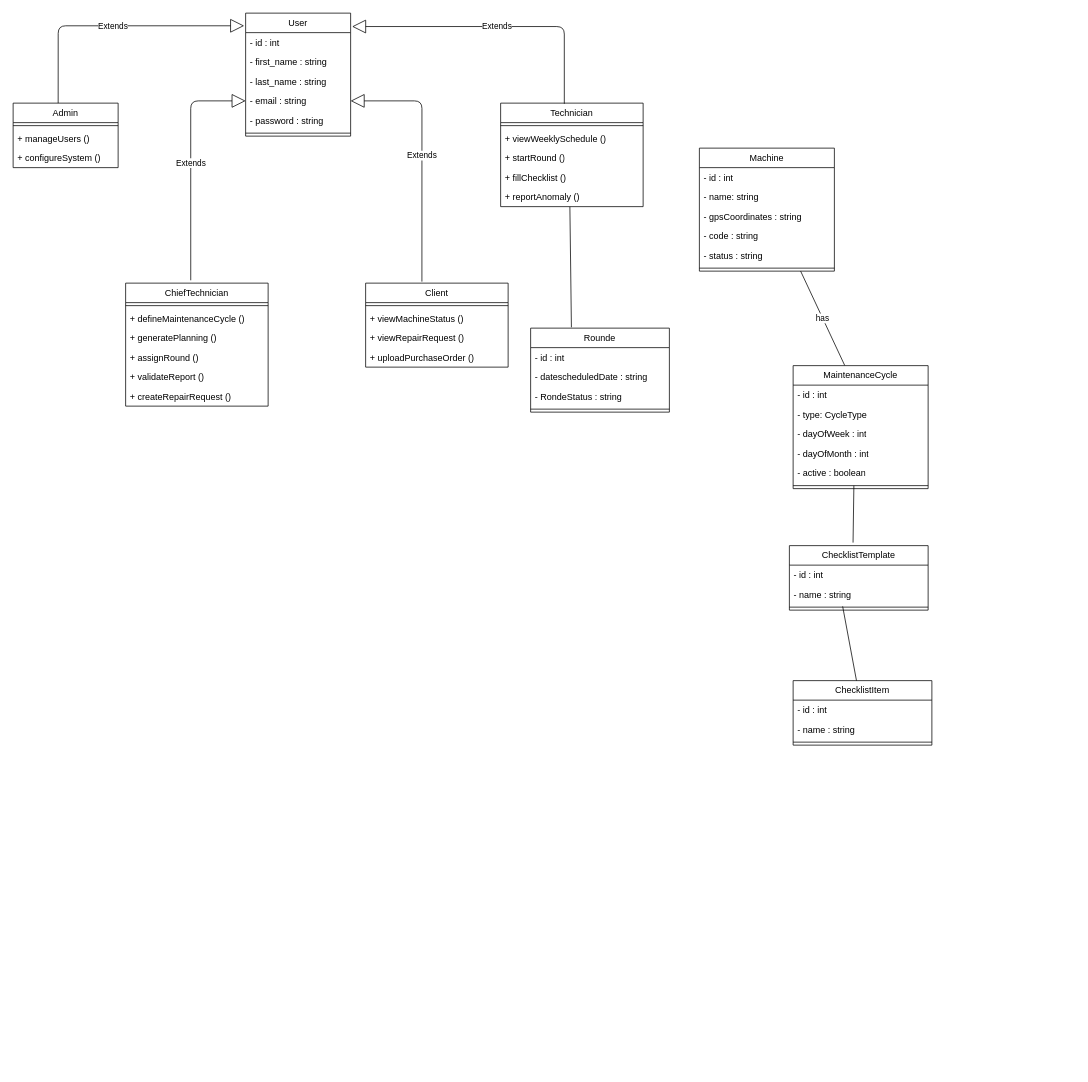
Above: UML/diagrameduclass.drawio in reda-guemry/MAINTORA (draw.io), before the change. Source tidied: cells renumbered, new cells numbered last; positions are measured from the earlier drawing's top-left corner, leaving out a move shared by most shapes. Both pictures are drawn from the tidied source at 75%, with x=0, y=0 at pixel (13, 13).
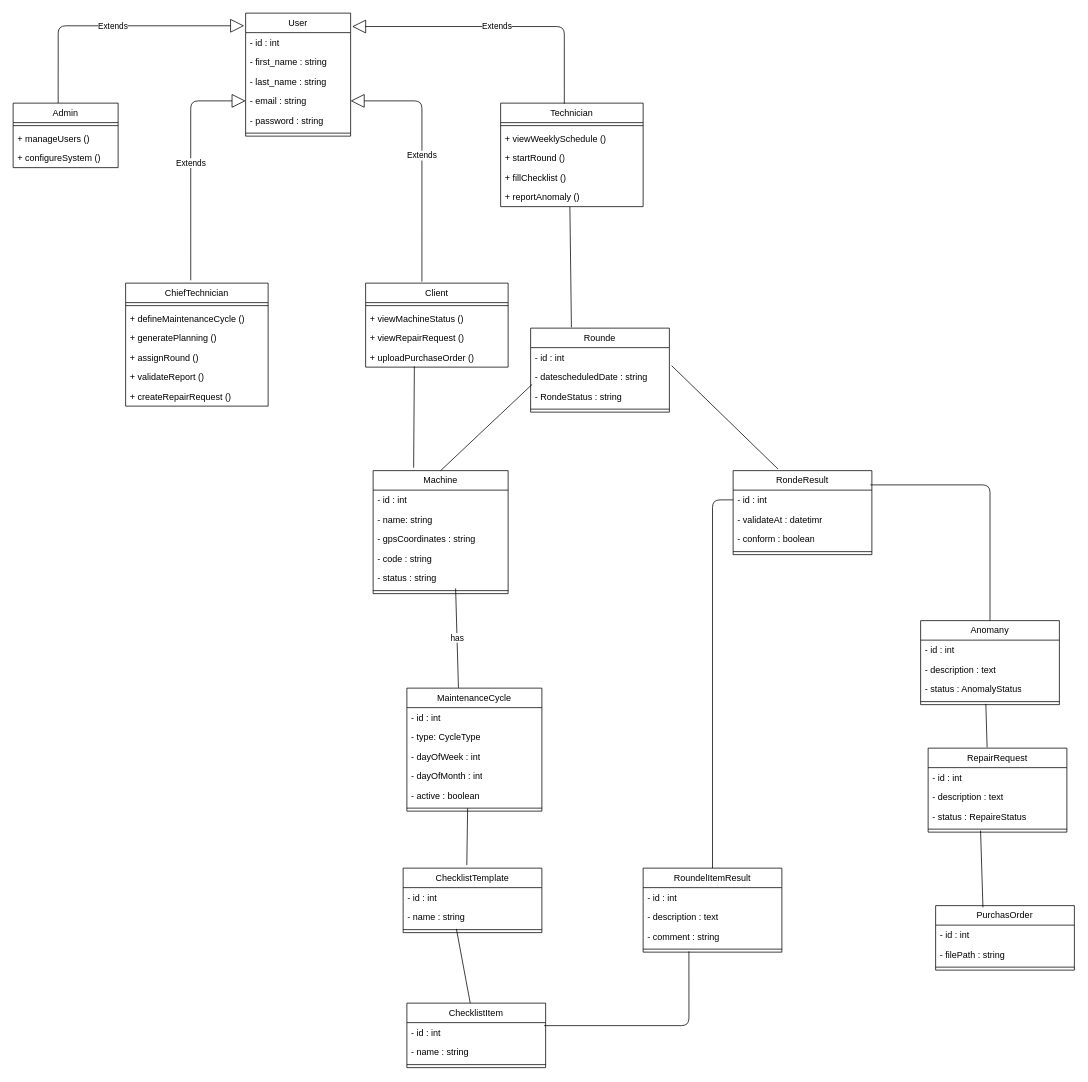
The same diagram, later.

Commit message:
add the classes of mainteunance

Unchanged cells that the change refers to:
```xml
<mxCell id="33" value="+&amp;nbsp;uploadPurchaseOrder ()" style="text;strokeColor=none;fillColor=none;align=left;verticalAlign=top;spacingLeft=4;spacingRight=4;overflow=hidden;points=[[0,0.5],[1,0.5]];portConstraint=eastwest;whiteSpace=wrap;html=1;" parent="29" vertex="1">
  <mxGeometry y="86" width="190" height="26" as="geometry" />
</mxCell>
<mxCell id="41" style="line;strokeWidth=1;fillColor=none;align=left;verticalAlign=middle;spacingTop=-1;spacingLeft=3;spacingRight=3;labelPosition=right;points=[];portConstraint=eastwest;strokeColor=inherit;" parent="35" vertex="1">
  <mxGeometry y="156" width="180" height="8" as="geometry" />
</mxCell>
<mxCell id="44" value="- datescheduledDate : string" style="text;strokeColor=none;fillColor=none;align=left;verticalAlign=top;spacingLeft=4;spacingRight=4;overflow=hidden;points=[[0,0.5],[1,0.5]];portConstraint=eastwest;whiteSpace=wrap;html=1;" parent="42" vertex="1">
  <mxGeometry y="52" width="185" height="26" as="geometry" />
</mxCell>
<mxCell id="62" value="- id : int&amp;nbsp;" style="text;strokeColor=none;fillColor=none;align=left;verticalAlign=top;spacingLeft=4;spacingRight=4;overflow=hidden;points=[[0,0.5],[1,0.5]];portConstraint=eastwest;whiteSpace=wrap;html=1;" parent="61" vertex="1">
  <mxGeometry y="26" width="185" height="26" as="geometry" />
</mxCell>
```

The edit, as a diff of the source:
```diff
@@
     <mxCell id="35" value="Machine" style="swimlane;fontStyle=0;horizontal=1;startSize=26;fillColor=none;whiteSpace=wrap;html=1;" parent="1" vertex="1">
-      <mxGeometry x="915" y="180" width="180" height="164" as="geometry" />
+      <mxGeometry x="480" y="610" width="180" height="164" as="geometry" />
     </mxCell>
@@
     <mxCell id="48" value="MaintenanceCycle" style="swimlane;fontStyle=0;horizontal=1;startSize=26;fillColor=none;whiteSpace=wrap;html=1;" parent="1" vertex="1">
-      <mxGeometry x="1040" y="470" width="180" height="164" as="geometry" />
+      <mxGeometry x="525" y="900" width="180" height="164" as="geometry" />
     </mxCell>
@@
-    <mxCell id="55" value="has" style="endArrow=none;endSize=16;endFill=0;html=1;entryX=0.382;entryY=-0.002;entryDx=0;entryDy=0;entryPerimeter=0;exitX=0.75;exitY=1;exitDx=0;exitDy=0;" parent="1" edge="1" source="35" target="48">
+    <mxCell id="55" value="has" style="endArrow=none;endSize=16;endFill=0;html=1;entryX=0.382;entryY=-0.002;entryDx=0;entryDy=0;entryPerimeter=0;exitX=0.611;exitY=0.125;exitDx=0;exitDy=0;exitPerimeter=0;" parent="1" edge="1" source="41" target="48">
       <mxGeometry relative="1" as="geometry" />
     </mxCell>
     <mxCell id="56" value="&lt;div&gt;ChecklistTemplate&lt;/div&gt;" style="swimlane;fontStyle=0;horizontal=1;startSize=26;fillColor=none;whiteSpace=wrap;html=1;" parent="1" vertex="1">
-      <mxGeometry x="1035" y="710" width="185" height="86" as="geometry" />
+      <mxGeometry x="520" y="1140" width="185" height="86" as="geometry" />
     </mxCell>
@@
     <mxCell id="61" value="&lt;div&gt;ChecklistItem&lt;/div&gt;" style="swimlane;fontStyle=0;horizontal=1;startSize=26;fillColor=none;whiteSpace=wrap;html=1;" parent="1" vertex="1">
-      <mxGeometry x="1040" y="890" width="185" height="86" as="geometry" />
+      <mxGeometry x="525" y="1320" width="185" height="86" as="geometry" />
     </mxCell>
@@
+    <mxCell id="66" style="endArrow=none;html=1;exitX=0.011;exitY=0.885;exitDx=0;exitDy=0;exitPerimeter=0;entryX=0.5;entryY=0;entryDx=0;entryDy=0;" parent="1" edge="1" source="44" target="35">
+      <mxGeometry relative="1" as="geometry" />
+    </mxCell>
+    <mxCell id="67" value="RondeResult" style="swimlane;fontStyle=0;horizontal=1;startSize=26;fillColor=none;whiteSpace=wrap;html=1;" parent="1" vertex="1">
+      <mxGeometry x="960" y="610" width="185" height="112" as="geometry" />
+    </mxCell>
+    <mxCell id="68" value="- id : int&amp;nbsp;" style="text;strokeColor=none;fillColor=none;align=left;verticalAlign=top;spacingLeft=4;spacingRight=4;overflow=hidden;points=[[0,0.5],[1,0.5]];portConstraint=eastwest;whiteSpace=wrap;html=1;" parent="67" vertex="1">
+      <mxGeometry y="26" width="185" height="26" as="geometry" />
+    </mxCell>
+    <mxCell id="69" value="- validateAt : datetimr" style="text;strokeColor=none;fillColor=none;align=left;verticalAlign=top;spacingLeft=4;spacingRight=4;overflow=hidden;whiteSpace=wrap;html=1;" parent="67" vertex="1">
+      <mxGeometry y="52" width="185" height="26" as="geometry" />
+    </mxCell>
+    <mxCell id="70" value="- conform : boolean" style="text;strokeColor=none;fillColor=none;align=left;verticalAlign=top;spacingLeft=4;spacingRight=4;overflow=hidden;whiteSpace=wrap;html=1;" parent="67" vertex="1">
+      <mxGeometry y="78" width="185" height="26" as="geometry" />
+    </mxCell>
+    <mxCell id="71" style="line;strokeWidth=1;fillColor=none;align=left;verticalAlign=middle;spacingTop=-1;spacingLeft=3;spacingRight=3;labelPosition=right;strokeColor=inherit;" parent="67" vertex="1">
+      <mxGeometry y="104" width="185" height="8" as="geometry" />
+    </mxCell>
+    <mxCell id="72" style="endArrow=none;html=1;exitX=1.016;exitY=-0.077;exitDx=0;exitDy=0;exitPerimeter=0;entryX=0.324;entryY=-0.018;entryDx=0;entryDy=0;entryPerimeter=0;" parent="1" edge="1" source="44" target="67">
+      <mxGeometry relative="1" as="geometry" />
+    </mxCell>
+    <mxCell id="73" value="Anomany" style="swimlane;fontStyle=0;horizontal=1;startSize=26;fillColor=none;whiteSpace=wrap;html=1;" parent="1" vertex="1">
+      <mxGeometry x="1210" y="810" width="185" height="112" as="geometry" />
+    </mxCell>
+    <mxCell id="74" value="- id : int&amp;nbsp;" style="text;strokeColor=none;fillColor=none;align=left;verticalAlign=top;spacingLeft=4;spacingRight=4;overflow=hidden;whiteSpace=wrap;html=1;" parent="73" vertex="1">
+      <mxGeometry y="26" width="185" height="26" as="geometry" />
+    </mxCell>
+    <mxCell id="75" value="- description : text" style="text;strokeColor=none;fillColor=none;align=left;verticalAlign=top;spacingLeft=4;spacingRight=4;overflow=hidden;whiteSpace=wrap;html=1;" parent="73" vertex="1">
+      <mxGeometry y="52" width="185" height="26" as="geometry" />
+    </mxCell>
+    <mxCell id="76" value="- status : AnomalyStatus" style="text;strokeColor=none;fillColor=none;align=left;verticalAlign=top;spacingLeft=4;spacingRight=4;overflow=hidden;whiteSpace=wrap;html=1;" parent="73" vertex="1">
+      <mxGeometry y="78" width="185" height="26" as="geometry" />
+    </mxCell>
+    <mxCell id="77" style="line;strokeWidth=1;fillColor=none;align=left;verticalAlign=middle;spacingTop=-1;spacingLeft=3;spacingRight=3;labelPosition=right;points=[];portConstraint=eastwest;strokeColor=inherit;" parent="73" vertex="1">
+      <mxGeometry y="104" width="185" height="8" as="geometry" />
+    </mxCell>
+    <mxCell id="78" style="endArrow=none;html=1;exitX=0.989;exitY=0.17;exitDx=0;exitDy=0;exitPerimeter=0;entryX=0.5;entryY=0;entryDx=0;entryDy=0;edgeStyle=orthogonalEdgeStyle;" parent="1" edge="1" source="67" target="73">
+      <mxGeometry relative="1" as="geometry" />
+    </mxCell>
+    <mxCell id="79" value="RepairRequest" style="swimlane;fontStyle=0;horizontal=1;startSize=26;fillColor=none;whiteSpace=wrap;html=1;" parent="1" vertex="1">
+      <mxGeometry x="1220" y="980" width="185" height="112" as="geometry" />
+    </mxCell>
+    <mxCell id="80" value="- id : int&amp;nbsp;" style="text;strokeColor=none;fillColor=none;align=left;verticalAlign=top;spacingLeft=4;spacingRight=4;overflow=hidden;whiteSpace=wrap;html=1;" parent="79" vertex="1">
+      <mxGeometry y="26" width="185" height="26" as="geometry" />
+    </mxCell>
+    <mxCell id="81" value="- description : text" style="text;strokeColor=none;fillColor=none;align=left;verticalAlign=top;spacingLeft=4;spacingRight=4;overflow=hidden;whiteSpace=wrap;html=1;" parent="79" vertex="1">
+      <mxGeometry y="52" width="185" height="26" as="geometry" />
+    </mxCell>
+    <mxCell id="82" value="- status : RepaireStatus" style="text;strokeColor=none;fillColor=none;align=left;verticalAlign=top;spacingLeft=4;spacingRight=4;overflow=hidden;whiteSpace=wrap;html=1;" parent="79" vertex="1">
+      <mxGeometry y="78" width="185" height="26" as="geometry" />
+    </mxCell>
+    <mxCell id="83" style="line;strokeWidth=1;fillColor=none;align=left;verticalAlign=middle;spacingTop=-1;spacingLeft=3;spacingRight=3;labelPosition=right;points=[];portConstraint=eastwest;strokeColor=inherit;" parent="79" vertex="1">
+      <mxGeometry y="104" width="185" height="8" as="geometry" />
+    </mxCell>
+    <mxCell id="84" style="endArrow=none;html=1;exitX=0.47;exitY=0.875;exitDx=0;exitDy=0;exitPerimeter=0;entryX=0.425;entryY=-0.009;entryDx=0;entryDy=0;entryPerimeter=0;" parent="1" edge="1" source="77" target="79">
+      <mxGeometry relative="1" as="geometry" />
+    </mxCell>
+    <mxCell id="85" value="PurchasOrder" style="swimlane;fontStyle=0;horizontal=1;startSize=26;fillColor=none;whiteSpace=wrap;html=1;" parent="1" vertex="1">
+      <mxGeometry x="1230" y="1190" width="185" height="86" as="geometry" />
+    </mxCell>
+    <mxCell id="86" value="- id : int&amp;nbsp;" style="text;strokeColor=none;fillColor=none;align=left;verticalAlign=top;spacingLeft=4;spacingRight=4;overflow=hidden;whiteSpace=wrap;html=1;" parent="85" vertex="1">
+      <mxGeometry y="26" width="185" height="26" as="geometry" />
+    </mxCell>
+    <mxCell id="87" value="- filePath : string" style="text;strokeColor=none;fillColor=none;align=left;verticalAlign=top;spacingLeft=4;spacingRight=4;overflow=hidden;whiteSpace=wrap;html=1;" parent="85" vertex="1">
+      <mxGeometry y="52" width="185" height="26" as="geometry" />
+    </mxCell>
+    <mxCell id="88" style="line;strokeWidth=1;fillColor=none;align=left;verticalAlign=middle;spacingTop=-1;spacingLeft=3;spacingRight=3;labelPosition=right;strokeColor=inherit;" parent="85" vertex="1">
+      <mxGeometry y="78" width="185" height="8" as="geometry" />
+    </mxCell>
+    <mxCell id="89" style="endArrow=none;html=1;exitX=0.378;exitY=0.75;exitDx=0;exitDy=0;exitPerimeter=0;entryX=0.341;entryY=0.027;entryDx=0;entryDy=0;entryPerimeter=0;" parent="1" edge="1" source="83" target="85">
+      <mxGeometry relative="1" as="geometry" />
+    </mxCell>
+    <mxCell id="90" value="RoundelItemResult" style="swimlane;fontStyle=0;horizontal=1;startSize=26;fillColor=none;whiteSpace=wrap;html=1;" parent="1" vertex="1">
+      <mxGeometry x="840" y="1140" width="185" height="112" as="geometry" />
+    </mxCell>
+    <mxCell id="91" value="- id : int&amp;nbsp;" style="text;strokeColor=none;fillColor=none;align=left;verticalAlign=top;spacingLeft=4;spacingRight=4;overflow=hidden;whiteSpace=wrap;html=1;" parent="90" vertex="1">
+      <mxGeometry y="26" width="185" height="26" as="geometry" />
+    </mxCell>
+    <mxCell id="92" value="- description : text" style="text;strokeColor=none;fillColor=none;align=left;verticalAlign=top;spacingLeft=4;spacingRight=4;overflow=hidden;whiteSpace=wrap;html=1;" parent="90" vertex="1">
+      <mxGeometry y="52" width="185" height="26" as="geometry" />
+    </mxCell>
+    <mxCell id="93" value="- comment : string" style="text;strokeColor=none;fillColor=none;align=left;verticalAlign=top;spacingLeft=4;spacingRight=4;overflow=hidden;whiteSpace=wrap;html=1;" parent="90" vertex="1">
+      <mxGeometry y="78" width="185" height="26" as="geometry" />
+    </mxCell>
+    <mxCell id="94" style="line;strokeWidth=1;fillColor=none;align=left;verticalAlign=middle;spacingTop=-1;spacingLeft=3;spacingRight=3;labelPosition=right;points=[];portConstraint=eastwest;strokeColor=inherit;" parent="90" vertex="1">
+      <mxGeometry y="104" width="185" height="8" as="geometry" />
+    </mxCell>
+    <mxCell id="95" style="endArrow=none;html=1;exitX=0.5;exitY=0;exitDx=0;exitDy=0;entryX=0;entryY=0.5;entryDx=0;entryDy=0;edgeStyle=orthogonalEdgeStyle;" parent="1" edge="1" source="90" target="68">
+      <mxGeometry relative="1" as="geometry" />
+    </mxCell>
+    <mxCell id="96" style="endArrow=none;html=1;exitX=0.33;exitY=0.875;exitDx=0;exitDy=0;exitPerimeter=0;entryX=0.989;entryY=0.154;entryDx=0;entryDy=0;entryPerimeter=0;edgeStyle=orthogonalEdgeStyle;" parent="1" edge="1" source="94" target="62">
+      <mxGeometry relative="1" as="geometry" />
+    </mxCell>
+    <mxCell id="97" style="endArrow=none;html=1;exitX=0.342;exitY=0.962;exitDx=0;exitDy=0;exitPerimeter=0;entryX=0.3;entryY=-0.024;entryDx=0;entryDy=0;entryPerimeter=0;" parent="1" edge="1" source="33" target="35">
+      <mxGeometry relative="1" as="geometry" />
+    </mxCell>
```
